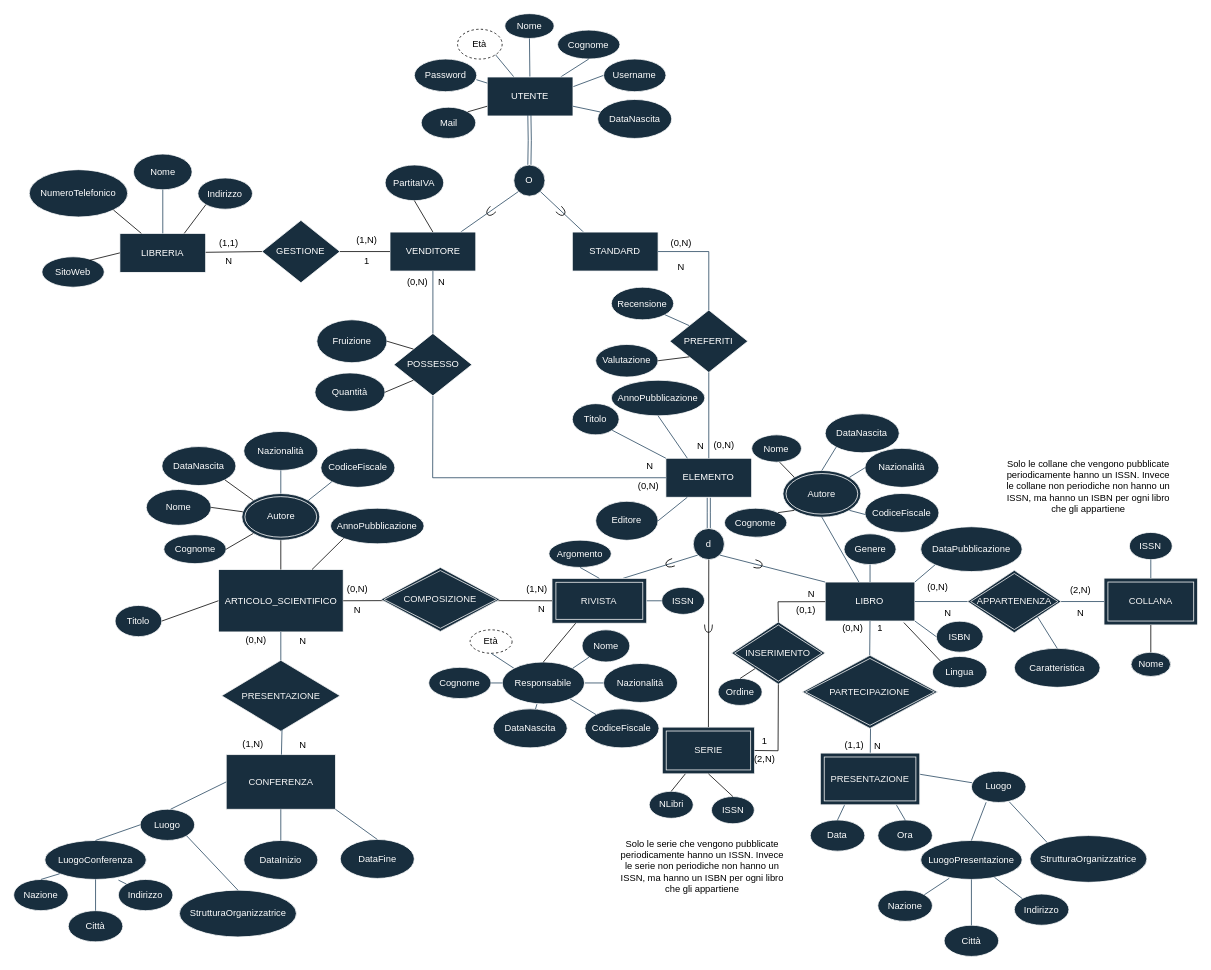
Earlier version of the draw.io diagram DiagrammaER v1.3.1.drawio (Giovk/Sistema-di-una-Bibleoteca-Digitale). Source tidied: cells renumbered, new cells numbered last; positions are measured from the earlier drawing's top-left corner, leaving out a move shared by most shapes. Both pictures are drawn from the tidied source at 78%, with x=0, y=0 at pixel (13, 13).
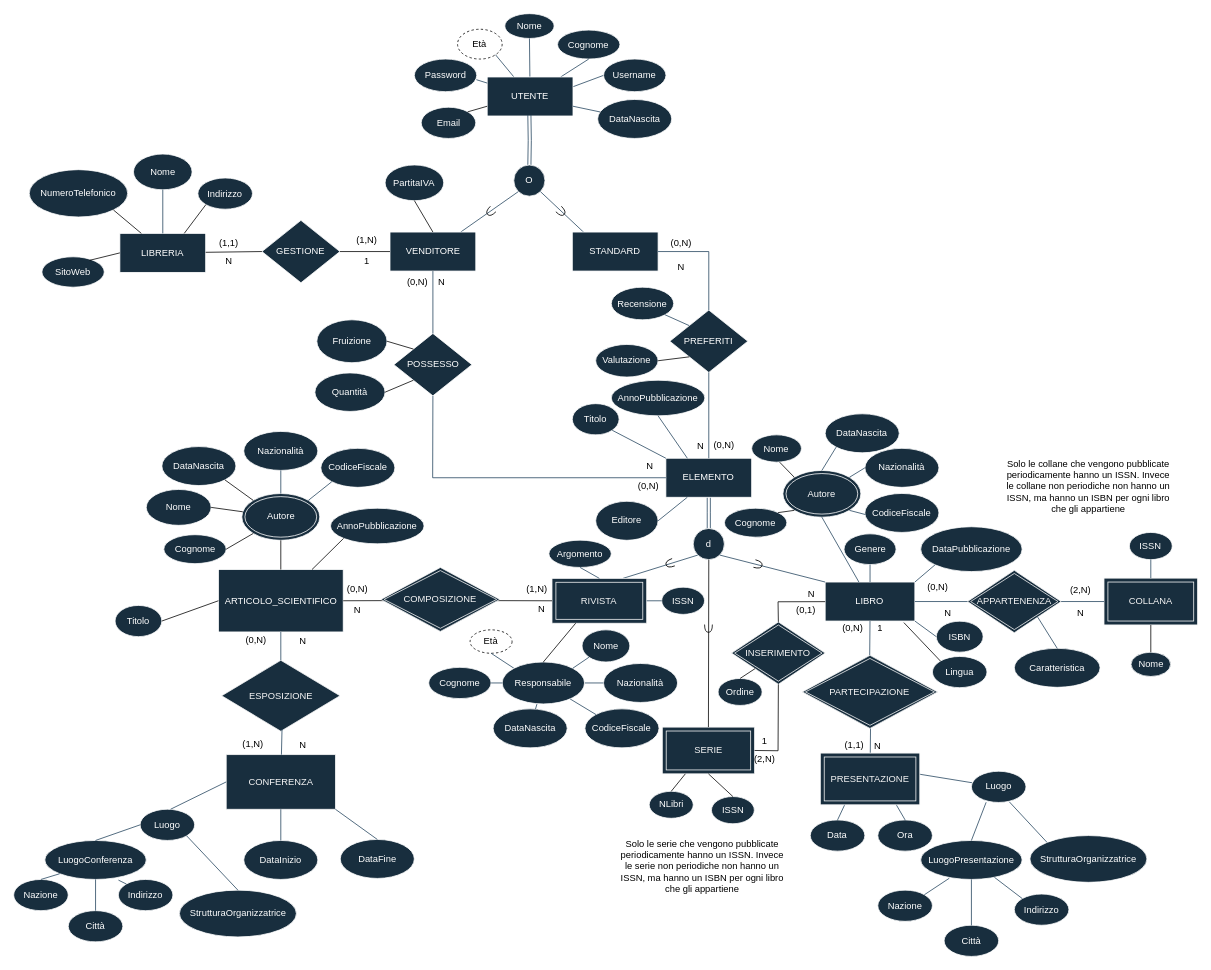
The same diagram, later.

The edit, as a diff of the source:
```diff
@@
-    <mxCell id="140" value="Mail" style="ellipse;whiteSpace=wrap;html=1;fillColor=#182E3E;strokeColor=#FFFFFF;fontColor=#FFFFFF;" parent="1" vertex="1">
+    <mxCell id="140" value="Email" style="ellipse;whiteSpace=wrap;html=1;fillColor=#182E3E;strokeColor=#FFFFFF;fontColor=#FFFFFF;" parent="1" vertex="1">
       <mxGeometry x="522.5" y="120" width="70" height="40" as="geometry" />
     </mxCell>
@@
-    <mxCell id="159" value="&lt;font color=&quot;#f5f5f5&quot;&gt;PRESENTAZIONE&lt;/font&gt;" style="shape=rhombus;perimeter=rhombusPerimeter;whiteSpace=wrap;html=1;align=center;fillColor=#182E3E;fillStyle=auto;strokeColor=#F5F5F5;" parent="1" vertex="1">
+    <mxCell id="159" value="&lt;font color=&quot;#f5f5f5&quot;&gt;ESPOSIZIONE&lt;/font&gt;" style="shape=rhombus;perimeter=rhombusPerimeter;whiteSpace=wrap;html=1;align=center;fillColor=#182E3E;fillStyle=auto;strokeColor=#F5F5F5;" parent="1" vertex="1">
       <mxGeometry x="266.7" y="829" width="151.7" height="91" as="geometry" />
     </mxCell>
```
